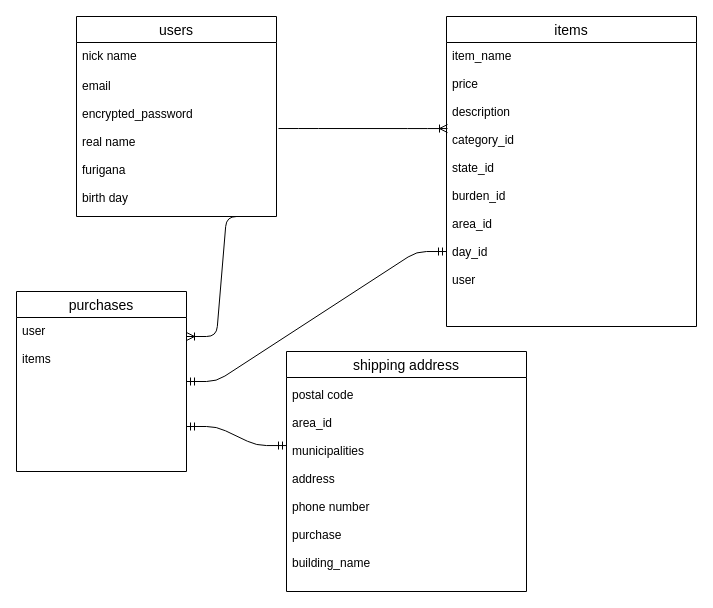
This is ER.dio from umedayuuki/furima-31511, a draw.io file, before an edit. Source tidied: cells renumbered, new cells numbered last; positions are measured from the earlier drawing's top-left corner, leaving out a move shared by most shapes. Both pictures are drawn from the tidied source at 100%, with x=0, y=0 at pixel (16, 16).
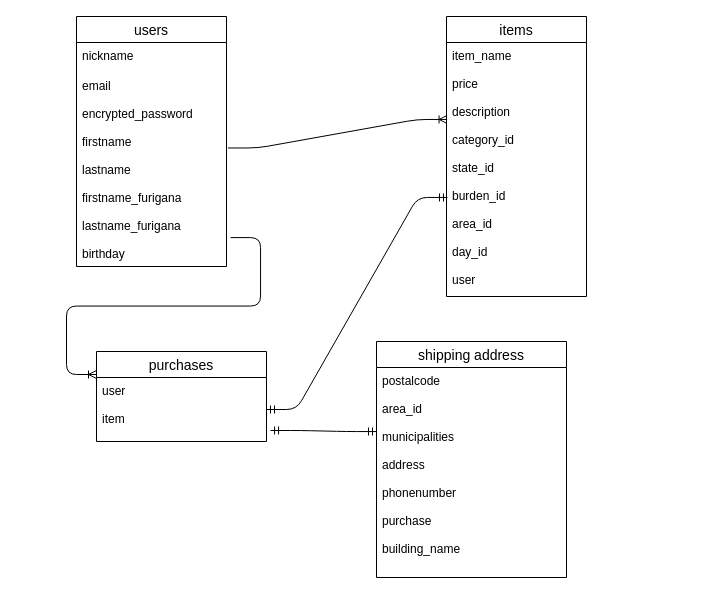
Above is the later version.

The edit, as a diff of the source:
```diff
@@
 <mxGraphModel>
   <root>
     <mxCell id="0" />
     <mxCell id="1" parent="0" />
     <mxCell id="2" value="users" style="swimlane;fontStyle=0;horizontal=1;startSize=26;align=center;fontSize=14;shadow=0;" parent="1" vertex="1">
-      <mxGeometry x="60" width="200" height="200" as="geometry" />
+      <mxGeometry x="60" width="150" height="250" as="geometry" />
     </mxCell>
-    <mxCell id="3" value="nick name" style="text;strokeColor=none;fillColor=none;spacingLeft=4;spacingRight=4;overflow=hidden;fontSize=12;" parent="2" vertex="1">
-      <mxGeometry y="26" width="200" height="30" as="geometry" />
+    <mxCell id="3" value="nickname" style="text;strokeColor=none;fillColor=none;spacingLeft=4;spacingRight=4;overflow=hidden;fontSize=12;" parent="2" vertex="1">
+      <mxGeometry y="26" width="150" height="30" as="geometry" />
     </mxCell>
-    <mxCell id="4" value="email&#10;&#10;encrypted_password&#10;&#10;real name&#10;&#10;furigana&#10;&#10;birth day" style="text;strokeColor=none;fillColor=none;spacingLeft=4;spacingRight=4;overflow=hidden;points=[[0,0.5],[1,0.5]];portConstraint=eastwest;fontSize=12;" parent="2" vertex="1">
-      <mxGeometry y="56" width="200" height="144" as="geometry" />
+    <mxCell id="4" value="email&#10;&#10;encrypted_password&#10;&#10;firstname&#10;&#10;lastname&#10;&#10;firstname_furigana&#10;&#10;lastname_furigana &#10;&#10;birthday" style="text;strokeColor=none;fillColor=none;spacingLeft=4;spacingRight=4;overflow=hidden;points=[[0,0.5],[1,0.5]];portConstraint=eastwest;fontSize=12;" parent="2" vertex="1">
+      <mxGeometry y="56" width="150" height="194" as="geometry" />
     </mxCell>
     <mxCell id="5" value="items" style="swimlane;fontStyle=0;horizontal=1;startSize=26;align=center;fontSize=14;shadow=0;" parent="1" vertex="1">
-      <mxGeometry x="430" width="250" height="310" as="geometry" />
+      <mxGeometry x="430" width="140" height="280" as="geometry" />
     </mxCell>
     <mxCell id="6" value="item_name&#10;&#10;price&#10;&#10;description&#10;&#10;category_id&#10;&#10;state_id&#10;&#10;burden_id&#10;&#10;area_id&#10;&#10;day_id&#10;&#10;user" style="text;strokeColor=none;fillColor=none;spacingLeft=4;spacingRight=4;overflow=hidden;points=[[0,0.5],[1,0.5]];portConstraint=eastwest;fontSize=12;" parent="5" vertex="1">
-      <mxGeometry y="26" width="250" height="284" as="geometry" />
+      <mxGeometry y="26" width="140" height="254" as="geometry" />
     </mxCell>
     <mxCell id="7" value="purchases" style="swimlane;fontStyle=0;horizontal=1;startSize=26;align=center;fontSize=14;shadow=0;" parent="1" vertex="1">
-      <mxGeometry y="275" width="170" height="180" as="geometry" />
+      <mxGeometry x="80" y="335" width="170" height="90" as="geometry" />
     </mxCell>
+    <mxCell id="13" value="user&#10;&#10;item" style="text;strokeColor=none;fillColor=none;spacingLeft=4;spacingRight=4;overflow=hidden;points=[[0,0.5],[1,0.5]];portConstraint=eastwest;fontSize=12;" parent="7" vertex="1">
+      <mxGeometry y="26" width="170" height="64" as="geometry" />
+    </mxCell>
     <mxCell id="8" value="shipping address" style="swimlane;fontStyle=0;horizontal=1;startSize=26;align=center;fontSize=14;shadow=0;" parent="1" vertex="1">
-      <mxGeometry x="270" y="335" width="240" height="240" as="geometry" />
+      <mxGeometry x="360" y="325" width="190" height="236" as="geometry" />
     </mxCell>
+    <mxCell id="14" value="postalcode&#10;&#10;area_id&#10;&#10;municipalities&#10;&#10;address&#10;&#10;phonenumber&#10;&#10;purchase&#10;&#10;building_name" style="text;strokeColor=none;fillColor=none;spacingLeft=4;spacingRight=4;overflow=hidden;points=[[0,0.5],[1,0.5]];portConstraint=eastwest;fontSize=12;" parent="8" vertex="1">
+      <mxGeometry y="26" width="190" height="210" as="geometry" />
+    </mxCell>
     <mxCell id="9" style="edgeStyle=entityRelationEdgeStyle;fontSize=12;html=1;endArrow=ERoneToMany;exitX=1.01;exitY=0.389;exitDx=0;exitDy=0;exitPerimeter=0;entryX=0.004;entryY=0.303;entryDx=0;entryDy=0;entryPerimeter=0;" parent="1" edge="1" source="4" target="6">
       <mxGeometry relative="1" as="geometry" />
     </mxCell>
-    <mxCell id="10" style="edgeStyle=entityRelationEdgeStyle;fontSize=12;html=1;endArrow=ERoneToMany;entryX=1;entryY=0.25;entryDx=0;entryDy=0;exitX=0.9;exitY=1;exitDx=0;exitDy=0;exitPerimeter=0;" parent="1" edge="1" source="4" target="7">
-      <mxGeometry relative="1" as="geometry" />
+    <mxCell id="10" style="edgeStyle=entityRelationEdgeStyle;fontSize=12;html=1;endArrow=ERoneToMany;exitX=1.027;exitY=0.851;exitDx=0;exitDy=0;exitPerimeter=0;" parent="1" edge="1" source="4">
+      <mxGeometry relative="1" as="geometry">
+        <mxPoint x="80" y="358" as="targetPoint" />
+      </mxGeometry>
     </mxCell>
-    <mxCell id="11" style="edgeStyle=entityRelationEdgeStyle;fontSize=12;html=1;endArrow=ERmandOne;startArrow=ERmandOne;exitX=1;exitY=0.5;exitDx=0;exitDy=0;entryX=0;entryY=0.736;entryDx=0;entryDy=0;entryPerimeter=0;" parent="1" edge="1" source="7" target="6">
+    <mxCell id="11" style="edgeStyle=entityRelationEdgeStyle;fontSize=12;html=1;endArrow=ERmandOne;startArrow=ERmandOne;exitX=1;exitY=0.5;exitDx=0;exitDy=0;entryX=0.007;entryY=0.61;entryDx=0;entryDy=0;entryPerimeter=0;" parent="1" edge="1" source="13" target="6">
       <mxGeometry relative="1" as="geometry" />
     </mxCell>
-    <mxCell id="12" style="edgeStyle=entityRelationEdgeStyle;fontSize=12;html=1;endArrow=ERmandOne;startArrow=ERmandOne;exitX=1;exitY=0.75;exitDx=0;exitDy=0;entryX=0;entryY=0.305;entryDx=0;entryDy=0;entryPerimeter=0;" parent="1" edge="1" source="7" target="14">
+    <mxCell id="12" style="edgeStyle=entityRelationEdgeStyle;fontSize=12;html=1;endArrow=ERmandOne;startArrow=ERmandOne;exitX=1.024;exitY=0.828;exitDx=0;exitDy=0;entryX=0;entryY=0.305;entryDx=0;entryDy=0;entryPerimeter=0;exitPerimeter=0;" parent="1" edge="1" source="13" target="14">
       <mxGeometry relative="1" as="geometry" />
     </mxCell>
-    <mxCell id="13" value="user&#10;&#10;items" style="text;strokeColor=none;fillColor=none;spacingLeft=4;spacingRight=4;overflow=hidden;points=[[0,0.5],[1,0.5]];portConstraint=eastwest;fontSize=12;" parent="1" vertex="1">
-      <mxGeometry y="301" width="90" height="64" as="geometry" />
-    </mxCell>
-    <mxCell id="14" value="postal code&#10;&#10;area_id&#10;&#10;municipalities&#10;&#10;address&#10;&#10;phone number&#10;&#10;purchase&#10;&#10;building_name" style="text;strokeColor=none;fillColor=none;spacingLeft=4;spacingRight=4;overflow=hidden;points=[[0,0.5],[1,0.5]];portConstraint=eastwest;fontSize=12;" parent="1" vertex="1">
-      <mxGeometry x="270" y="365" width="240" height="210" as="geometry" />
-    </mxCell>
   </root>
 </mxGraphModel>
```
